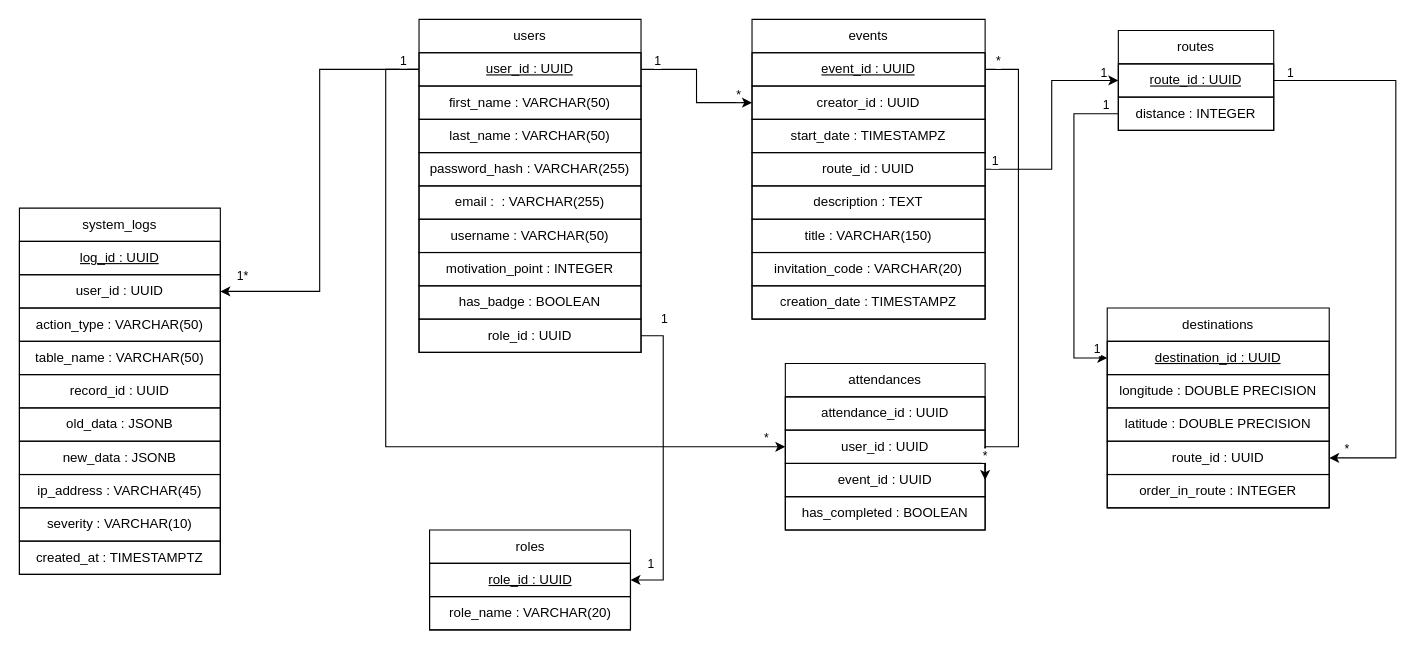
Earlier version of the draw.io diagram Schemes/DBTables.drawio (bcem00/WalkTogether). Source tidied: cells renumbered, new cells numbered last; positions are measured from the earlier drawing's top-left corner, leaving out a move shared by most shapes. Both pictures are drawn from the tidied source at 111%, with x=0, y=0 at pixel (19, 19).
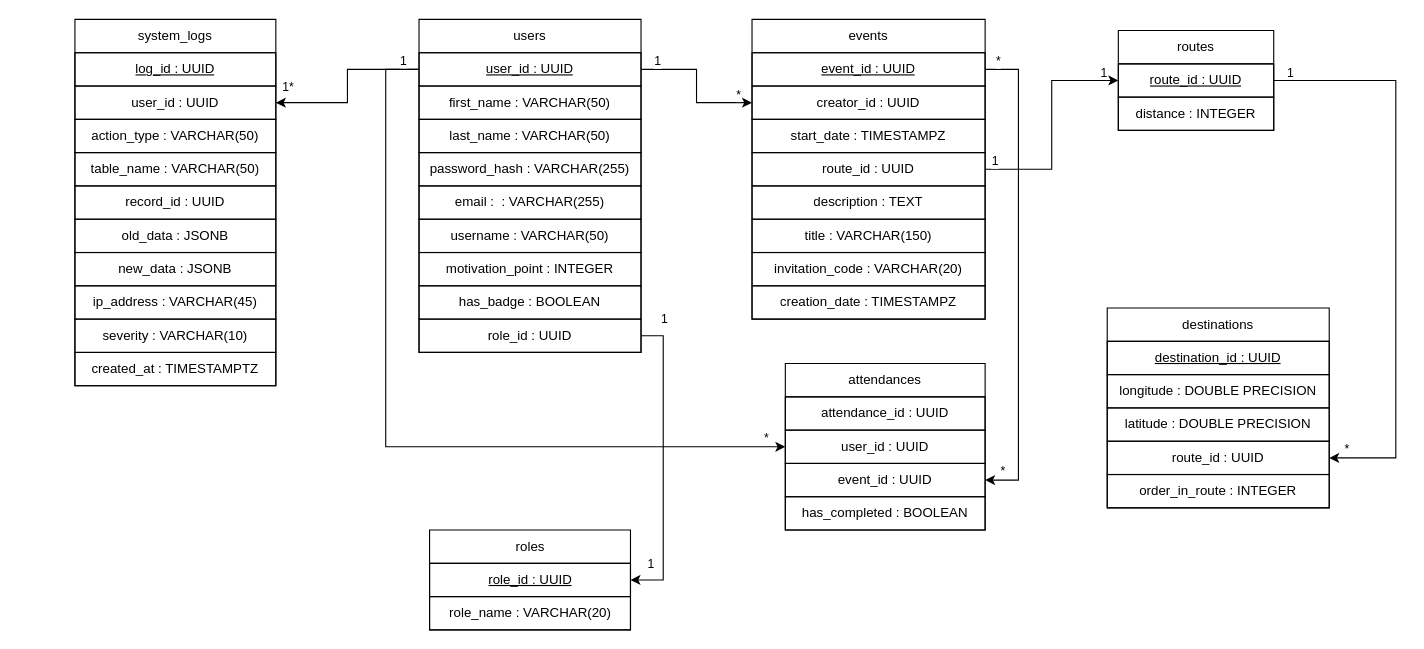
The same diagram, later.

The change refers to these unchanged cells:
```xml
<mxCell id="3" value="destination_id : UUID" style="text;strokeColor=default;fillColor=none;align=center;verticalAlign=middle;spacingLeft=4;spacingRight=4;overflow=hidden;points=[[0,0.5],[1,0.5]];portConstraint=eastwest;whiteSpace=wrap;html=1;fontStyle=4;" parent="2" vertex="1">
  <mxGeometry y="30" width="200" height="30" as="geometry" />
</mxCell>
<mxCell id="19" value="event_id : UUID" style="text;strokeColor=default;fillColor=none;align=center;verticalAlign=middle;spacingLeft=4;spacingRight=4;overflow=hidden;points=[[0,0.5],[1,0.5]];portConstraint=eastwest;whiteSpace=wrap;html=1;fontStyle=4;" parent="18" vertex="1">
  <mxGeometry y="30" width="210" height="30" as="geometry" />
</mxCell>
<mxCell id="30" value="event_id :&amp;nbsp;&lt;span style=&quot;&quot;&gt;UUID&lt;/span&gt;" style="text;strokeColor=default;fillColor=none;align=center;verticalAlign=middle;spacingLeft=4;spacingRight=4;overflow=hidden;points=[[0,0.5],[1,0.5]];portConstraint=eastwest;whiteSpace=wrap;html=1;fontStyle=0;" parent="27" vertex="1">
  <mxGeometry y="90" width="180" height="30" as="geometry" />
</mxCell>
```

What changed in the source:
```diff
@@
     <mxCell id="44" style="edgeStyle=orthogonalEdgeStyle;rounded=0;jettySize=auto;html=1;entryX=1;entryY=0.5;entryDx=0;entryDy=0;" parent="1" edge="1" source="19" target="30">
       <mxGeometry relative="1" as="geometry">
         <Array as="points">
           <mxPoint x="900" y="45" />
-          <mxPoint x="900" y="385" />
+          <mxPoint x="900" y="415" />
         </Array>
       </mxGeometry>
     </mxCell>
@@
-    <mxCell id="47" style="edgeStyle=orthogonalEdgeStyle;rounded=0;jettySize=auto;html=1;exitX=0;exitY=0.5;exitDx=0;exitDy=0;entryX=0;entryY=0.5;entryDx=0;entryDy=0;" parent="1" edge="1" target="3">
-      <mxGeometry relative="1" as="geometry">
-        <mxPoint x="990" y="85" as="sourcePoint" />
-        <Array as="points">
-          <mxPoint x="950" y="85" />
-          <mxPoint x="950" y="305" />
-        </Array>
-      </mxGeometry>
-    </mxCell>
-    <mxCell id="48" value="1" style="edgeLabel;html=1;align=center;verticalAlign=middle;" parent="47" vertex="1">
-      <mxGeometry x="-0.92" y="2" relative="1" as="geometry">
-        <mxPoint y="-11" as="offset" />
-      </mxGeometry>
-    </mxCell>
-    <mxCell id="49" value="1" style="edgeLabel;html=1;align=center;verticalAlign=middle;" parent="47" vertex="1">
-      <mxGeometry x="0.93" relative="1" as="geometry">
-        <mxPoint y="-9" as="offset" />
-      </mxGeometry>
-    </mxCell>
@@
     <mxCell id="59" value="system_logs" style="swimlane;fontStyle=0;horizontal=1;startSize=30;whiteSpace=wrap;html=1;" parent="1" vertex="1">
-      <mxGeometry y="170" width="181" height="330" as="geometry" />
+      <mxGeometry x="50" width="181" height="330" as="geometry" />
     </mxCell>
```
